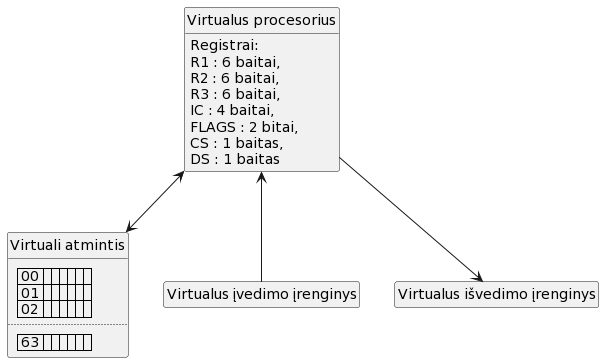
Above: aprasymas1/img/virtuali_masina.png in Mdominykas/OS (PlantUML), before the change.
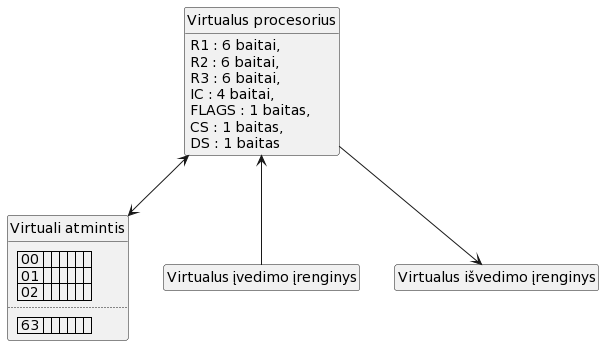
After the commit.

Diff of the diagram source:
```diff
@@ -3,12 +3,11 @@
 
 class "Virtualus procesorius"
 {
-Registrai:
 R1 : 6 baitai,
 R2 : 6 baitai,
 R3 : 6 baitai,
 IC : 4 baitai,
-FLAGS : 2 bitai,
+FLAGS : 1 baitas,
 CS : 1 baitas,
 DS : 1 baitas
 }
```
